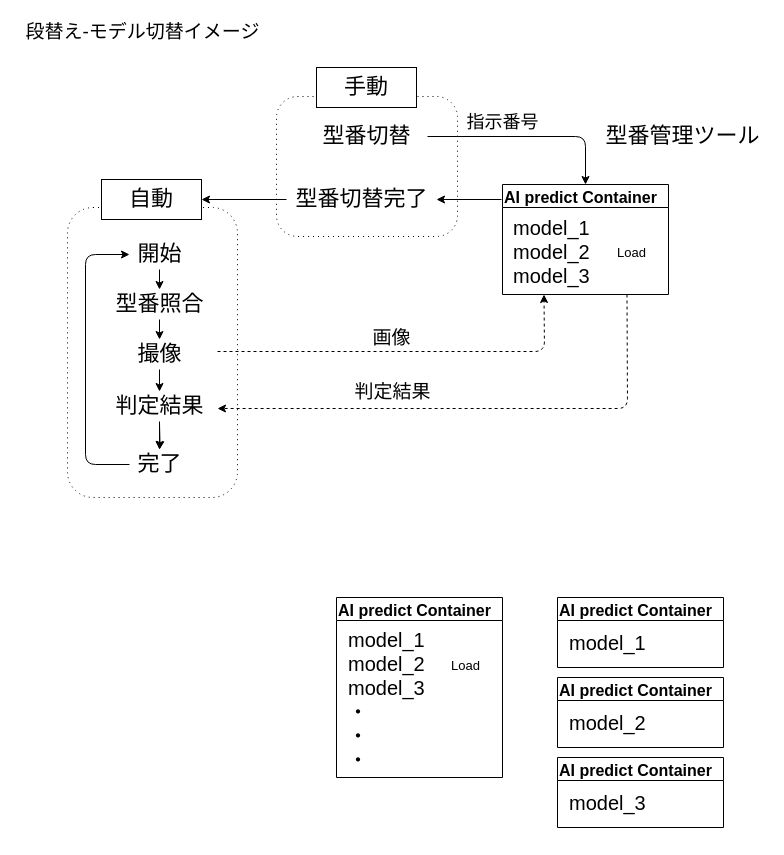
Flamingo-G/hello-world keeps this draw.io diagram as images/PLC_writeイメージ.drawio. Above is the earlier version. Source tidied: cells renumbered, new cells numbered last; positions are measured from the earlier drawing's top-left corner, leaving out a move shared by most shapes. Both pictures are drawn from the tidied source at 100%, with x=0, y=0 at pixel (17, 17).
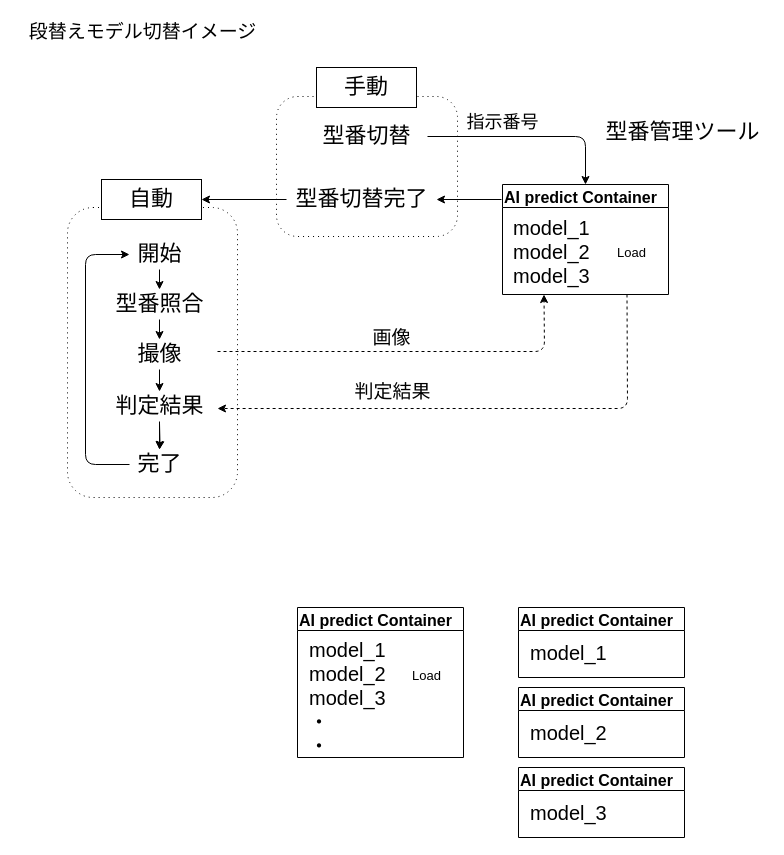
The same diagram, later.

Commit message:
PLC_writeイメージ.drawio を更新します

The edit, as a diff of the source:
```diff
@@
-    <mxCell id="29" value="段替え-モデル切替イメージ" style="text;html=1;align=center;verticalAlign=middle;strokeColor=none;fontSize=19;" parent="1" vertex="1">
-      <mxGeometry width="250" height="30" as="geometry" />
+    <mxCell id="29" value="段替えモデル切替イメージ" style="text;html=1;align=center;verticalAlign=middle;strokeColor=none;fontSize=19;" parent="1" vertex="1">
+      <mxGeometry x="5" width="240" height="30" as="geometry" />
     </mxCell>
     <mxCell id="30" value="型番管理ツール" style="text;html=1;align=center;verticalAlign=middle;strokeColor=none;fontSize=22;" parent="1" vertex="1">
-      <mxGeometry x="580" y="104" width="170" height="30" as="geometry" />
+      <mxGeometry x="580" y="100" width="170" height="30" as="geometry" />
     </mxCell>
@@
     <mxCell id="32" value="AI predict Container" style="swimlane;fontSize=16;align=left;" parent="1" vertex="1">
-      <mxGeometry x="319" y="580" width="166" height="180" as="geometry" />
+      <mxGeometry x="280" y="590" width="166" height="150" as="geometry" />
     </mxCell>
-    <mxCell id="33" value="model_1&lt;br style=&quot;font-size: 20px&quot;&gt;model_2&lt;br style=&quot;font-size: 20px&quot;&gt;model_3&lt;br&gt;・&lt;br&gt;・&lt;br&gt;・" style="text;html=1;align=left;verticalAlign=middle;strokeColor=none;fontSize=20;" parent="32" vertex="1">
-      <mxGeometry x="10" y="27" width="90" height="150" as="geometry" />
+    <mxCell id="33" value="model_1&lt;br style=&quot;font-size: 20px&quot;&gt;model_2&lt;br style=&quot;font-size: 20px&quot;&gt;model_3&lt;br&gt;・&lt;br&gt;・" style="text;html=1;align=left;verticalAlign=middle;strokeColor=none;fontSize=20;" parent="32" vertex="1">
+      <mxGeometry x="10" y="25" width="90" height="130" as="geometry" />
     </mxCell>
@@
     <mxCell id="35" value="AI predict Container" style="swimlane;fontSize=16;align=left;" parent="1" vertex="1">
-      <mxGeometry x="540" y="660" width="166" height="70" as="geometry" />
+      <mxGeometry x="501" y="670" width="166" height="70" as="geometry" />
     </mxCell>
@@
     <mxCell id="37" value="AI predict Container" style="swimlane;fontSize=16;align=left;" parent="1" vertex="1">
-      <mxGeometry x="540" y="580" width="166" height="70" as="geometry" />
+      <mxGeometry x="501" y="590" width="166" height="70" as="geometry" />
     </mxCell>
@@
     <mxCell id="39" value="AI predict Container" style="swimlane;fontSize=16;align=left;" parent="1" vertex="1">
-      <mxGeometry x="540" y="740" width="166" height="70" as="geometry" />
+      <mxGeometry x="501" y="750" width="166" height="70" as="geometry" />
     </mxCell>
```
